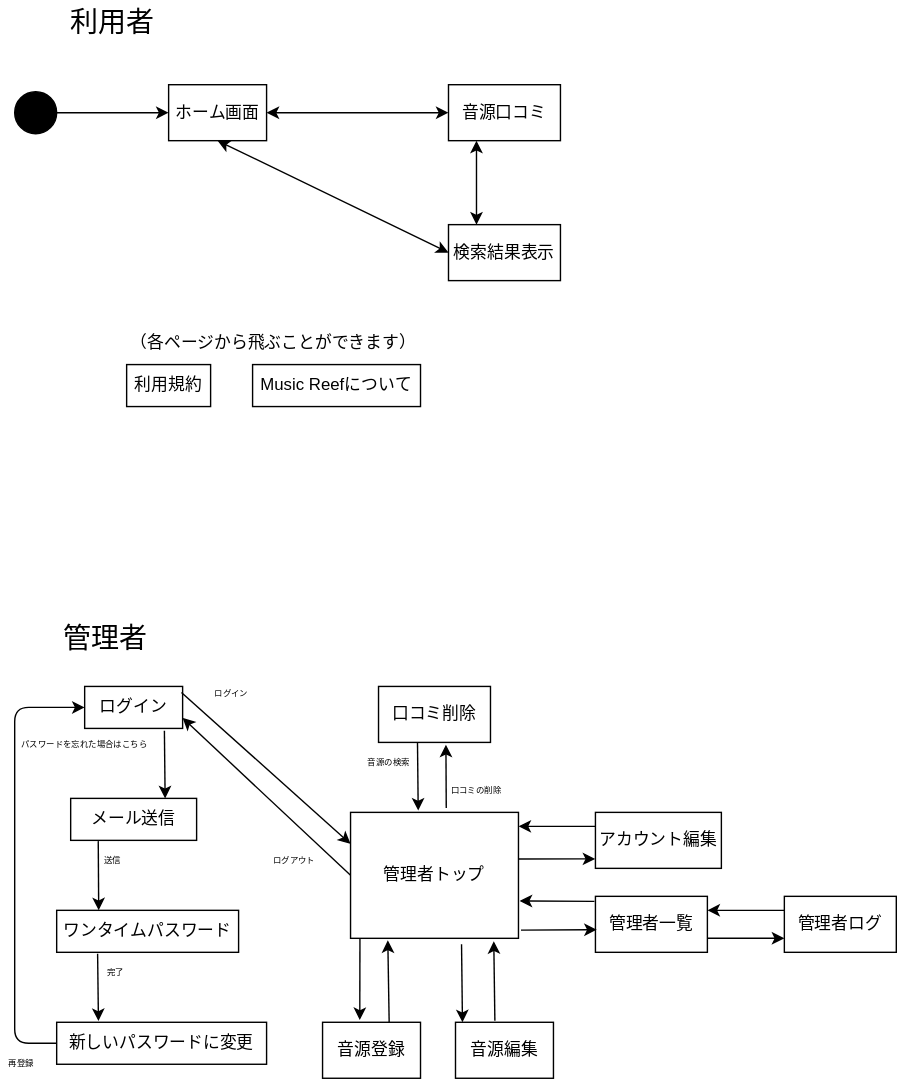
Above: ab.drawio.svg in IshiYoshi765/uml-introduction (draw.io), before the change. Source tidied: cells renumbered, new cells last; positions are measured from the earlier drawing's top-left corner, leaving out a move shared by most shapes.
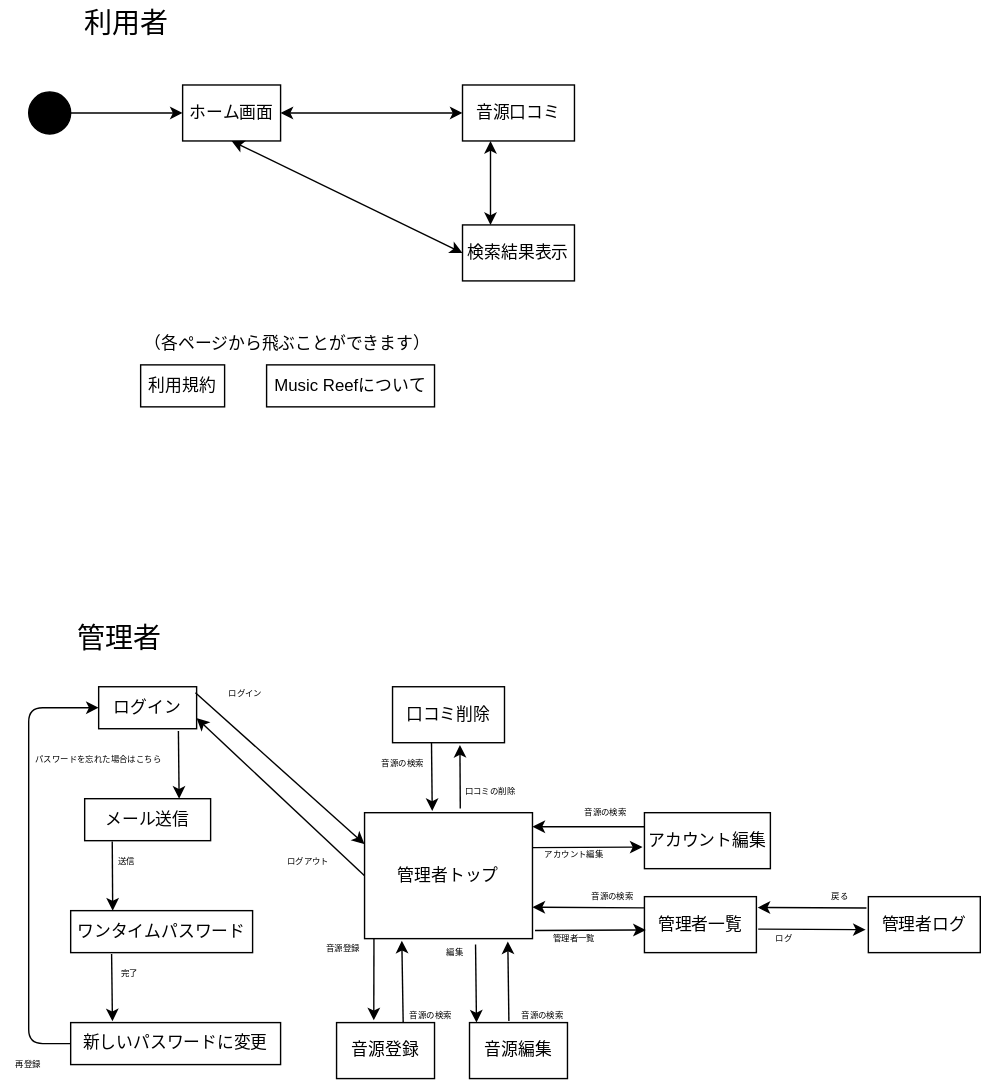
After the change.

Commit message:
アカウント編集

The edit, as a diff of the source:
```diff
@@ -53,13 +53,13 @@
       <mxGeometry x="270" y="490" width="80" height="40" as="geometry" />
     </mxCell>
     <mxCell id="18" value="アカウント編集" style="rounded=0;whiteSpace=wrap;html=1;" parent="1" vertex="1">
-      <mxGeometry x="425" y="580" width="90" height="40" as="geometry" />
+      <mxGeometry x="450" y="580" width="90" height="40" as="geometry" />
     </mxCell>
     <mxCell id="19" value="管理者一覧" style="rounded=0;whiteSpace=wrap;html=1;" parent="1" vertex="1">
-      <mxGeometry x="425" y="640" width="80" height="40" as="geometry" />
+      <mxGeometry x="450" y="640" width="80" height="40" as="geometry" />
     </mxCell>
     <mxCell id="20" value="管理者ログ" style="rounded=0;whiteSpace=wrap;html=1;" parent="1" vertex="1">
-      <mxGeometry x="560" y="640" width="80" height="40" as="geometry" />
+      <mxGeometry x="610" y="640" width="80" height="40" as="geometry" />
     </mxCell>
     <mxCell id="21" value="音源編集" style="rounded=0;whiteSpace=wrap;html=1;" parent="1" vertex="1">
       <mxGeometry x="325" y="730" width="70" height="40" as="geometry" />
@@ -94,7 +94,7 @@
       <mxGeometry x="35" y="440" width="80" height="30" as="geometry" />
     </mxCell>
     <mxCell id="30" value="&lt;font style=&quot;font-size: 6px;&quot;&gt;パスワードを忘れた場合はこちら&lt;/font&gt;" style="text;html=1;strokeColor=none;fillColor=none;align=center;verticalAlign=middle;whiteSpace=wrap;rounded=0;" parent="1" vertex="1">
-      <mxGeometry x="10" y="520" width="100" height="20" as="geometry" />
+      <mxGeometry x="10" y="530" width="100" height="20" as="geometry" />
     </mxCell>
     <mxCell id="31" value="ログイン" style="text;html=1;strokeColor=none;fillColor=none;align=center;verticalAlign=middle;whiteSpace=wrap;rounded=0;fontSize=6;" parent="1" vertex="1">
       <mxGeometry x="140" y="490" width="50" height="9" as="geometry" />
@@ -106,7 +106,7 @@
       <mxGeometry x="75" y="690" width="15" height="10" as="geometry" />
     </mxCell>
     <mxCell id="34" value="再登録" style="text;html=1;strokeColor=none;fillColor=none;align=center;verticalAlign=middle;whiteSpace=wrap;rounded=0;fontSize=6;" parent="1" vertex="1">
-      <mxGeometry y="750" width="30" height="20" as="geometry" />
+      <mxGeometry x="-10" y="750" width="40" height="20" as="geometry" />
     </mxCell>
     <mxCell id="35" value="ログアウト" style="text;html=1;strokeColor=none;fillColor=none;align=center;verticalAlign=middle;whiteSpace=wrap;rounded=0;fontSize=6;" parent="1" vertex="1">
       <mxGeometry x="180" y="610" width="60" height="10" as="geometry" />
@@ -135,26 +135,28 @@
     <mxCell id="43" style="endArrow=classic;html=1;fontSize=6;entryX=0.403;entryY=-0.014;entryDx=0;entryDy=0;entryPerimeter=0;exitX=0.348;exitY=0.993;exitDx=0;exitDy=0;exitPerimeter=0;" parent="1" edge="1" source="17" target="15">
       <mxGeometry relative="1" as="geometry" />
     </mxCell>
-    <mxCell id="44" style="endArrow=classic;html=1;fontSize=6;exitX=0.998;exitY=0.37;exitDx=0;exitDy=0;entryX=-0.001;entryY=0.831;entryDx=0;entryDy=0;entryPerimeter=0;exitPerimeter=0;" parent="1" edge="1" source="15" target="18">
-      <mxGeometry relative="1" as="geometry" />
+    <mxCell id="44" style="endArrow=classic;html=1;fontSize=6;entryX=-0.015;entryY=0.614;entryDx=0;entryDy=0;entryPerimeter=0;" parent="1" edge="1" target="18">
+      <mxGeometry relative="1" as="geometry">
+        <mxPoint x="370" y="605" as="sourcePoint" />
+      </mxGeometry>
     </mxCell>
     <mxCell id="45" style="endArrow=classic;html=1;fontSize=6;exitX=0;exitY=0.25;exitDx=0;exitDy=0;" parent="1" edge="1" source="18">
       <mxGeometry relative="1" as="geometry">
         <mxPoint x="370" y="590" as="targetPoint" />
       </mxGeometry>
     </mxCell>
-    <mxCell id="46" style="endArrow=classic;html=1;fontSize=6;entryX=1.007;entryY=0.703;entryDx=0;entryDy=0;entryPerimeter=0;exitX=-0.009;exitY=0.09;exitDx=0;exitDy=0;exitPerimeter=0;" parent="1" edge="1" source="19" target="15">
-      <mxGeometry relative="1" as="geometry" />
+    <mxCell id="46" style="endArrow=classic;html=1;fontSize=6;entryX=1;entryY=0.75;entryDx=0;entryDy=0;" parent="1" edge="1" target="15">
+      <mxGeometry relative="1" as="geometry">
+        <mxPoint x="450" y="648" as="sourcePoint" />
+      </mxGeometry>
     </mxCell>
     <mxCell id="47" style="endArrow=classic;html=1;fontSize=6;exitX=1.015;exitY=0.935;exitDx=0;exitDy=0;exitPerimeter=0;entryX=0.012;entryY=0.596;entryDx=0;entryDy=0;entryPerimeter=0;" parent="1" edge="1" source="15" target="19">
       <mxGeometry relative="1" as="geometry" />
     </mxCell>
-    <mxCell id="48" style="endArrow=classic;html=1;fontSize=6;exitX=0;exitY=0.25;exitDx=0;exitDy=0;" parent="1" edge="1" source="20">
-      <mxGeometry relative="1" as="geometry">
-        <mxPoint x="505" y="650" as="targetPoint" />
-      </mxGeometry>
+    <mxCell id="48" style="endArrow=classic;html=1;fontSize=6;exitX=-0.017;exitY=0.202;exitDx=0;exitDy=0;entryX=1.011;entryY=0.194;entryDx=0;entryDy=0;entryPerimeter=0;exitPerimeter=0;" parent="1" edge="1" source="20" target="19">
+      <mxGeometry relative="1" as="geometry" />
     </mxCell>
-    <mxCell id="49" style="endArrow=classic;html=1;fontSize=6;entryX=0;entryY=0.75;entryDx=0;entryDy=0;exitX=1;exitY=0.75;exitDx=0;exitDy=0;" parent="1" edge="1" source="19" target="20">
+    <mxCell id="49" style="endArrow=classic;html=1;fontSize=6;entryX=-0.024;entryY=0.59;entryDx=0;entryDy=0;exitX=1.016;exitY=0.58;exitDx=0;exitDy=0;exitPerimeter=0;entryPerimeter=0;" parent="1" edge="1" source="19" target="20">
       <mxGeometry relative="1" as="geometry" />
     </mxCell>
     <mxCell id="50" value="口コミの削除" style="text;html=1;strokeColor=none;fillColor=none;align=center;verticalAlign=middle;whiteSpace=wrap;rounded=0;fontSize=6;" parent="1" vertex="1">
@@ -163,5 +165,35 @@
     <mxCell id="51" value="音源の検索" style="text;html=1;strokeColor=none;fillColor=none;align=center;verticalAlign=middle;whiteSpace=wrap;rounded=0;fontSize=6;" parent="1" vertex="1">
       <mxGeometry x="260" y="540" width="35" height="10" as="geometry" />
     </mxCell>
+    <mxCell id="52" value="&lt;font style=&quot;font-size: 6px;&quot;&gt;音源登録&lt;/font&gt;" style="text;html=1;strokeColor=none;fillColor=none;align=center;verticalAlign=middle;whiteSpace=wrap;rounded=0;" parent="1" vertex="1">
+      <mxGeometry x="210" y="660" width="50" height="30" as="geometry" />
+    </mxCell>
+    <mxCell id="53" value="音源の検索" style="text;html=1;strokeColor=none;fillColor=none;align=center;verticalAlign=middle;whiteSpace=wrap;rounded=0;fontSize=6;" parent="1" vertex="1">
+      <mxGeometry x="280" y="720" width="35" height="10" as="geometry" />
+    </mxCell>
+    <mxCell id="54" value="音源の検索" style="text;html=1;strokeColor=none;fillColor=none;align=center;verticalAlign=middle;whiteSpace=wrap;rounded=0;fontSize=6;" parent="1" vertex="1">
+      <mxGeometry x="360" y="720" width="35" height="10" as="geometry" />
+    </mxCell>
+    <mxCell id="55" value="編集" style="text;html=1;strokeColor=none;fillColor=none;align=center;verticalAlign=middle;whiteSpace=wrap;rounded=0;fontSize=6;" parent="1" vertex="1">
+      <mxGeometry x="295" y="670" width="40" height="20" as="geometry" />
+    </mxCell>
+    <mxCell id="56" value="アカウント編集" style="text;html=1;strokeColor=none;fillColor=none;align=center;verticalAlign=middle;whiteSpace=wrap;rounded=0;fontSize=6;" parent="1" vertex="1">
+      <mxGeometry x="370" y="600" width="60" height="20" as="geometry" />
+    </mxCell>
+    <mxCell id="57" value="音源の検索" style="text;html=1;strokeColor=none;fillColor=none;align=center;verticalAlign=middle;whiteSpace=wrap;rounded=0;fontSize=6;" parent="1" vertex="1">
+      <mxGeometry x="395" y="570" width="55" height="20" as="geometry" />
+    </mxCell>
+    <mxCell id="58" value="音源の検索" style="text;html=1;strokeColor=none;fillColor=none;align=center;verticalAlign=middle;whiteSpace=wrap;rounded=0;fontSize=6;" parent="1" vertex="1">
+      <mxGeometry x="400" y="630" width="55" height="20" as="geometry" />
+    </mxCell>
+    <mxCell id="59" value="管理者一覧" style="text;html=1;strokeColor=none;fillColor=none;align=center;verticalAlign=middle;whiteSpace=wrap;rounded=0;fontSize=6;" parent="1" vertex="1">
+      <mxGeometry x="370" y="660" width="60" height="20" as="geometry" />
+    </mxCell>
+    <mxCell id="60" value="ログ" style="text;html=1;strokeColor=none;fillColor=none;align=center;verticalAlign=middle;whiteSpace=wrap;rounded=0;fontSize=6;" parent="1" vertex="1">
+      <mxGeometry x="530" y="660" width="40" height="20" as="geometry" />
+    </mxCell>
+    <mxCell id="61" value="戻る" style="text;html=1;strokeColor=none;fillColor=none;align=center;verticalAlign=middle;whiteSpace=wrap;rounded=0;fontSize=6;" parent="1" vertex="1">
+      <mxGeometry x="570" y="630" width="40" height="20" as="geometry" />
+    </mxCell>
   </root>
 </mxGraphModel>
```
